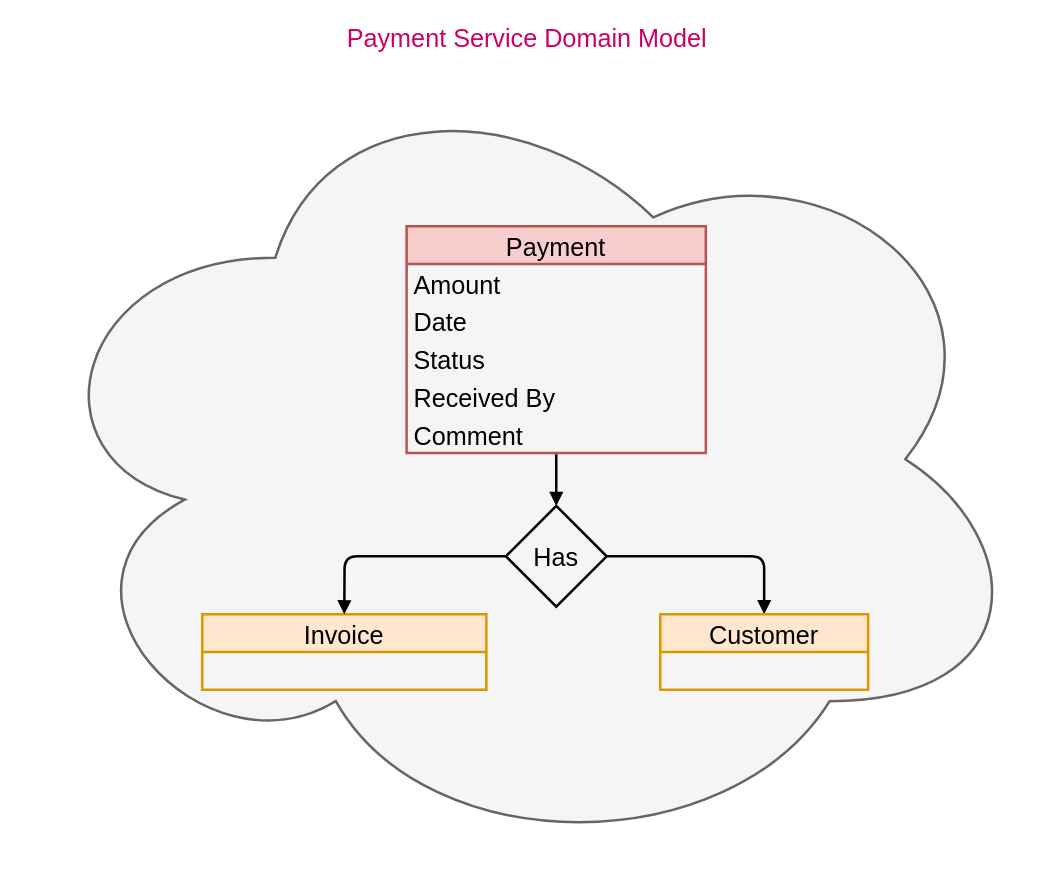
Above: docs/diagram/payment_service_domain_model.drawio in dudhwalas/dudhwala (draw.io), before the change. Source tidied: cells renumbered, new cells numbered last; positions are measured from the earlier drawing's top-left corner, leaving out a move shared by most shapes. Both pictures are drawn from the tidied source at 126%, with x=0, y=0 at pixel (23, 55).
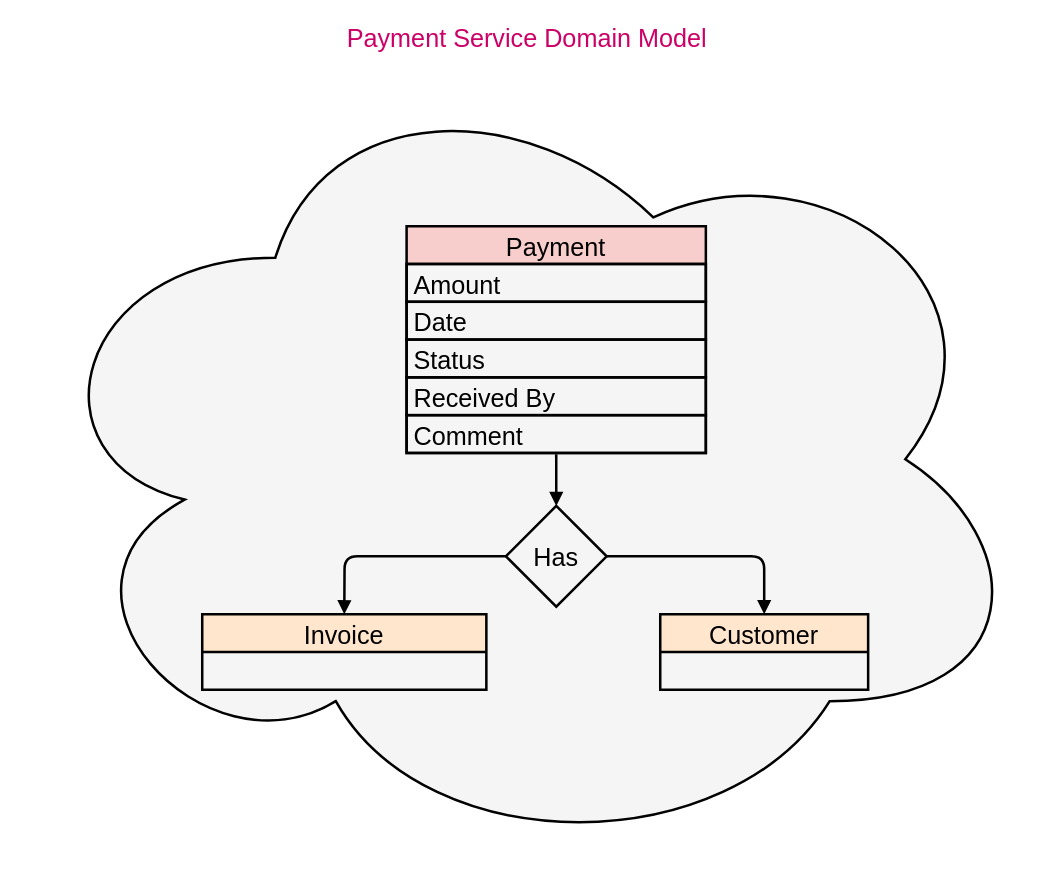
Above is the later version.

What changed in the source:
```diff
@@
 <mxGraphModel>
   <root>
     <mxCell id="0" />
     <mxCell id="1" parent="0" />
-    <mxCell id="2" value="Payment Service Domain Model" style="ellipse;shape=cloud;whiteSpace=wrap;html=1;fillColor=#f5f5f5;fontColor=#CC0066;strokeColor=#666666;strokeWidth=2;labelPosition=center;verticalLabelPosition=top;align=center;verticalAlign=bottom;fontSize=20;" parent="1" vertex="1">
+    <mxCell id="2" value="Payment Service Domain Model" style="ellipse;shape=cloud;whiteSpace=wrap;html=1;fillColor=#f5f5f5;fontColor=#CC0066;strokeColor=#000000;strokeWidth=2;labelPosition=center;verticalLabelPosition=top;align=center;verticalAlign=bottom;fontSize=20;" parent="1" vertex="1">
       <mxGeometry width="800" height="640" as="geometry" />
     </mxCell>
-    <mxCell id="3" value="Payment" style="swimlane;fontStyle=0;horizontal=1;startSize=30;fillColor=#f8cecc;strokeColor=#b85450;fontSize=20;strokeWidth=2;" parent="1" vertex="1">
+    <mxCell id="3" value="Payment" style="swimlane;fontStyle=0;horizontal=1;startSize=30;fillColor=#f8cecc;strokeColor=#000000;fontSize=20;strokeWidth=2;" parent="1" vertex="1">
       <mxGeometry x="304.2" y="135" width="237.5" height="180" as="geometry" />
     </mxCell>
-    <mxCell id="4" value="Amount" style="text;strokeColor=none;fillColor=none;align=left;verticalAlign=middle;spacingLeft=4;spacingRight=4;overflow=hidden;fontSize=20;strokeWidth=2;" parent="3" vertex="1">
+    <mxCell id="4" value="Amount" style="text;strokeColor=#000000;fillColor=none;align=left;verticalAlign=middle;spacingLeft=4;spacingRight=4;overflow=hidden;fontSize=20;strokeWidth=2;" parent="3" vertex="1">
       <mxGeometry y="30" width="237.5" height="30" as="geometry" />
     </mxCell>
-    <mxCell id="5" value="Date" style="text;strokeColor=none;fillColor=none;align=left;verticalAlign=middle;spacingLeft=4;spacingRight=4;overflow=hidden;fontSize=20;strokeWidth=2;" parent="3" vertex="1">
+    <mxCell id="5" value="Date" style="text;strokeColor=#000000;fillColor=none;align=left;verticalAlign=middle;spacingLeft=4;spacingRight=4;overflow=hidden;fontSize=20;strokeWidth=2;" parent="3" vertex="1">
       <mxGeometry y="60" width="237.5" height="30" as="geometry" />
     </mxCell>
-    <mxCell id="6" value="Status" style="text;strokeColor=none;fillColor=none;align=left;verticalAlign=middle;spacingLeft=4;spacingRight=4;overflow=hidden;fontSize=20;strokeWidth=2;" parent="3" vertex="1">
+    <mxCell id="6" value="Status" style="text;strokeColor=#000000;fillColor=none;align=left;verticalAlign=middle;spacingLeft=4;spacingRight=4;overflow=hidden;fontSize=20;strokeWidth=2;" parent="3" vertex="1">
       <mxGeometry y="90" width="237.5" height="30" as="geometry" />
     </mxCell>
-    <mxCell id="7" value="Received By" style="text;strokeColor=none;fillColor=none;align=left;verticalAlign=middle;spacingLeft=4;spacingRight=4;overflow=hidden;fontSize=20;strokeWidth=2;" parent="3" vertex="1">
+    <mxCell id="7" value="Received By" style="text;strokeColor=#000000;fillColor=none;align=left;verticalAlign=middle;spacingLeft=4;spacingRight=4;overflow=hidden;fontSize=20;strokeWidth=2;" parent="3" vertex="1">
       <mxGeometry y="120" width="237.5" height="30" as="geometry" />
     </mxCell>
-    <mxCell id="8" value="Comment" style="text;strokeColor=none;fillColor=none;align=left;verticalAlign=middle;spacingLeft=4;spacingRight=4;overflow=hidden;points=[[0,0.5],[1,0.5]];portConstraint=eastwest;fontSize=20;strokeWidth=2;" parent="3" vertex="1">
+    <mxCell id="8" value="Comment" style="text;strokeColor=#000000;fillColor=none;align=left;verticalAlign=middle;spacingLeft=4;spacingRight=4;overflow=hidden;points=[[0,0.5],[1,0.5]];portConstraint=eastwest;fontSize=20;strokeWidth=2;" parent="3" vertex="1">
       <mxGeometry y="150" width="237.5" height="30" as="geometry" />
     </mxCell>
-    <mxCell id="9" value="Invoice" style="swimlane;fontStyle=0;horizontal=1;startSize=30;fillColor=#ffe6cc;strokeColor=#d79b00;fontSize=20;strokeWidth=2;" parent="1" vertex="1">
+    <mxCell id="9" value="Invoice" style="swimlane;fontStyle=0;horizontal=1;startSize=30;fillColor=#ffe6cc;strokeColor=#000000;fontSize=20;strokeWidth=2;" parent="1" vertex="1">
       <mxGeometry x="142" y="443" width="225.5" height="60" as="geometry" />
     </mxCell>
-    <mxCell id="10" style="edgeStyle=none;html=1;exitX=1;exitY=0.5;exitDx=0;exitDy=0;entryX=0.5;entryY=0;entryDx=0;entryDy=0;endArrow=block;endFill=1;strokeWidth=2;" parent="1" edge="1" source="11" target="14">
+    <mxCell id="10" style="edgeStyle=none;html=1;exitX=1;exitY=0.5;exitDx=0;exitDy=0;entryX=0.5;entryY=0;entryDx=0;entryDy=0;endArrow=block;endFill=1;strokeWidth=2;strokeColor=#000000;" parent="1" edge="1" source="11" target="14">
       <mxGeometry relative="1" as="geometry">
         <Array as="points">
           <mxPoint x="588" y="397" />
         </Array>
       </mxGeometry>
     </mxCell>
-    <mxCell id="11" value="Has" style="rhombus;whiteSpace=wrap;html=1;fontSize=20;fillColor=none;strokeWidth=2;" parent="1" vertex="1">
+    <mxCell id="11" value="Has" style="rhombus;whiteSpace=wrap;html=1;fontSize=20;fillColor=none;strokeWidth=2;strokeColor=#000000;" parent="1" vertex="1">
       <mxGeometry x="383" y="357" width="80" height="80" as="geometry" />
     </mxCell>
-    <mxCell id="12" style="edgeStyle=none;html=1;entryX=0.5;entryY=0;entryDx=0;entryDy=0;fontSize=20;endArrow=block;endFill=1;strokeWidth=2;exitX=0.5;exitY=1.033;exitDx=0;exitDy=0;exitPerimeter=0;" parent="1" edge="1" source="8" target="11">
+    <mxCell id="12" style="edgeStyle=none;html=1;entryX=0.5;entryY=0;entryDx=0;entryDy=0;fontSize=20;endArrow=block;endFill=1;strokeWidth=2;exitX=0.5;exitY=1.033;exitDx=0;exitDy=0;exitPerimeter=0;strokeColor=#000000;" parent="1" edge="1" source="8" target="11">
       <mxGeometry relative="1" as="geometry" />
     </mxCell>
-    <mxCell id="13" style="edgeStyle=none;html=1;entryX=0.5;entryY=0;entryDx=0;entryDy=0;fontSize=20;endArrow=block;endFill=1;strokeWidth=2;exitX=0;exitY=0.5;exitDx=0;exitDy=0;" parent="1" edge="1" source="11" target="9">
+    <mxCell id="13" style="edgeStyle=none;html=1;entryX=0.5;entryY=0;entryDx=0;entryDy=0;fontSize=20;endArrow=block;endFill=1;strokeWidth=2;exitX=0;exitY=0.5;exitDx=0;exitDy=0;strokeColor=#000000;" parent="1" edge="1" source="11" target="9">
       <mxGeometry relative="1" as="geometry">
         <Array as="points">
           <mxPoint x="255" y="397" />
         </Array>
       </mxGeometry>
     </mxCell>
-    <mxCell id="14" value="Customer" style="swimlane;fontStyle=0;horizontal=1;startSize=30;fillColor=#ffe6cc;strokeColor=#d79b00;fontSize=20;strokeWidth=2;" parent="1" vertex="1">
+    <mxCell id="14" value="Customer" style="swimlane;fontStyle=0;horizontal=1;startSize=30;fillColor=#ffe6cc;strokeColor=#000000;fontSize=20;strokeWidth=2;" parent="1" vertex="1">
       <mxGeometry x="505.5" y="443" width="165" height="60" as="geometry" />
     </mxCell>
   </root>
 </mxGraphModel>
```
